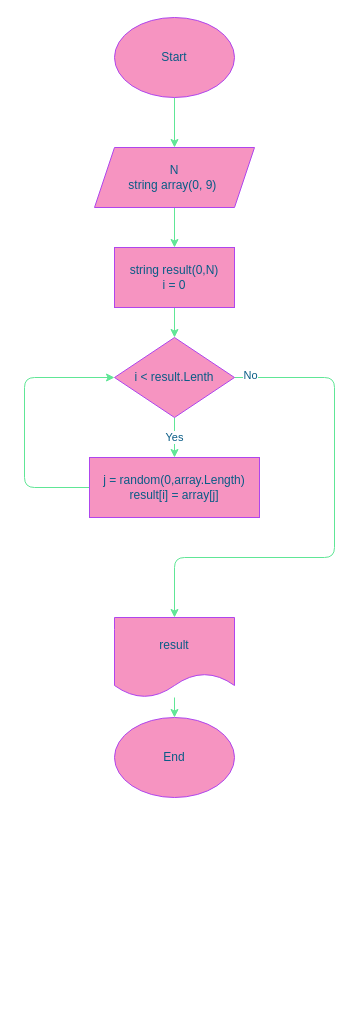
This is page "FillStringArrayAvailableValue methods" (4 of 5) of Block_diagram.drawio from RumyancevaOlga/Final_verification_test, a draw.io file, before an edit. Source tidied: cells renumbered, new cells numbered last; positions are measured from the earlier drawing's top-left corner, leaving out a move shared by most shapes. Both pictures are drawn from the tidied source at 100%, with x=0, y=0 at pixel (24, 17).
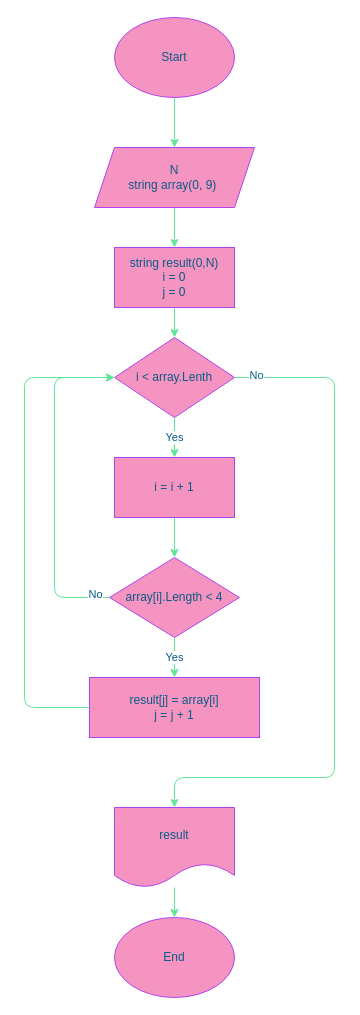
The same page after the edit.

Change to the diagram source:
```diff
@@
-    <mxCell id="7" value="string result(0,N)&lt;br&gt;i = 0" style="rounded=0;whiteSpace=wrap;html=1;fillColor=#F694C1;strokeColor=#AF45ED;fontColor=#095C86;" parent="1" vertex="1">
+    <mxCell id="7" value="string result(0,N)&lt;br&gt;i = 0&lt;br&gt;j = 0" style="rounded=0;whiteSpace=wrap;html=1;fillColor=#F694C1;strokeColor=#AF45ED;fontColor=#095C86;" parent="1" vertex="1">
       <mxGeometry x="90" y="230" width="120" height="60" as="geometry" />
     </mxCell>
-    <mxCell id="8" value="Yes" style="edgeStyle=none;html=1;strokeColor=#60E696;fontColor=#095C86;" parent="1" edge="1" source="11" target="13">
-      <mxGeometry relative="1" as="geometry" />
+    <mxCell id="8" value="Yes" style="edgeStyle=none;html=1;strokeColor=#60E696;fontColor=#095C86;" parent="1" edge="1" source="11">
+      <mxGeometry relative="1" as="geometry">
+        <mxPoint x="150" y="440" as="targetPoint" />
+      </mxGeometry>
     </mxCell>
-    <mxCell id="9" style="edgeStyle=none;html=1;exitX=1;exitY=0.5;exitDx=0;exitDy=0;strokeColor=#60E696;fontColor=#095C86;" parent="1" edge="1" source="11">
+    <mxCell id="9" style="edgeStyle=none;html=1;exitX=1;exitY=0.5;exitDx=0;exitDy=0;strokeColor=#60E696;fontColor=#095C86;entryX=0.5;entryY=0;entryDx=0;entryDy=0;" parent="1" edge="1" source="11" target="16">
       <mxGeometry relative="1" as="geometry">
-        <mxPoint x="150" y="600" as="targetPoint" />
         <Array as="points">
           <mxPoint x="310" y="360" />
           <mxPoint x="310" y="540" />
-          <mxPoint x="150" y="540" />
+          <mxPoint x="310" y="760" />
+          <mxPoint x="150" y="760" />
         </Array>
       </mxGeometry>
     </mxCell>
@@
-    <mxCell id="11" value="i &amp;lt; result.Lenth" style="rhombus;whiteSpace=wrap;html=1;fillColor=#F694C1;strokeColor=#AF45ED;fontColor=#095C86;" parent="1" vertex="1">
+    <mxCell id="11" value="i &amp;lt; array.Lenth" style="rhombus;whiteSpace=wrap;html=1;fillColor=#F694C1;strokeColor=#AF45ED;fontColor=#095C86;" parent="1" vertex="1">
       <mxGeometry x="90" y="320" width="120" height="80" as="geometry" />
     </mxCell>
     <mxCell id="12" style="edgeStyle=none;html=1;exitX=0;exitY=0.5;exitDx=0;exitDy=0;entryX=0;entryY=0.5;entryDx=0;entryDy=0;strokeColor=#60E696;fontColor=#095C86;" parent="1" edge="1" source="13" target="11">
       <mxGeometry relative="1" as="geometry">
         <Array as="points">
+          <mxPoint y="690" />
           <mxPoint y="470" />
           <mxPoint y="360" />
         </Array>
       </mxGeometry>
     </mxCell>
-    <mxCell id="13" value="j = random(0,array.Length)&lt;br&gt;result[i] = array[j]" style="rounded=0;whiteSpace=wrap;html=1;fillColor=#F694C1;strokeColor=#AF45ED;fontColor=#095C86;" parent="1" vertex="1">
-      <mxGeometry x="65" y="440" width="170" height="60" as="geometry" />
+    <mxCell id="13" value="result[j] = array[i]&lt;br&gt;j = j + 1" style="rounded=0;whiteSpace=wrap;html=1;fillColor=#F694C1;strokeColor=#AF45ED;fontColor=#095C86;" parent="1" vertex="1">
+      <mxGeometry x="65" y="660" width="170" height="60" as="geometry" />
     </mxCell>
     <mxCell id="14" value="End" style="ellipse;whiteSpace=wrap;html=1;fillColor=#F694C1;strokeColor=#AF45ED;fontColor=#095C86;" parent="1" vertex="1">
-      <mxGeometry x="90" y="700" width="120" height="80" as="geometry" />
+      <mxGeometry x="90" y="900" width="120" height="80" as="geometry" />
     </mxCell>
@@
     <mxCell id="16" value="result" style="shape=document;whiteSpace=wrap;html=1;boundedLbl=1;fillColor=#F694C1;strokeColor=#AF45ED;fontColor=#095C86;" parent="1" vertex="1">
-      <mxGeometry x="90" y="600" width="120" height="80" as="geometry" />
+      <mxGeometry x="90" y="790" width="120" height="80" as="geometry" />
     </mxCell>
+    <mxCell id="17" value="Yes" style="edgeStyle=none;html=1;fontColor=#095C86;strokeColor=#60E696;" parent="1" edge="1" source="20" target="13">
+      <mxGeometry relative="1" as="geometry" />
+    </mxCell>
+    <mxCell id="18" style="edgeStyle=none;html=1;fontColor=#095C86;exitX=0;exitY=0.5;exitDx=0;exitDy=0;strokeColor=#60E696;" parent="1" edge="1" source="20">
+      <mxGeometry relative="1" as="geometry">
+        <mxPoint x="90" y="360" as="targetPoint" />
+        <Array as="points">
+          <mxPoint x="30" y="580" />
+          <mxPoint x="30" y="360" />
+        </Array>
+      </mxGeometry>
+    </mxCell>
+    <mxCell id="19" value="No" style="edgeLabel;html=1;align=center;verticalAlign=middle;fontColor=#095C86;" parent="18" vertex="1">
+      <mxGeometry x="-0.91" y="-4" relative="1" as="geometry" />
+    </mxCell>
+    <mxCell id="20" value="array[i].Length &amp;lt; 4" style="rhombus;whiteSpace=wrap;html=1;fillColor=#F694C1;strokeColor=#AF45ED;fontColor=#095C86;" parent="1" vertex="1">
+      <mxGeometry x="85" y="540" width="130" height="80" as="geometry" />
+    </mxCell>
+    <mxCell id="21" style="edgeStyle=none;html=1;fontColor=#095C86;strokeColor=#60E696;" parent="1" edge="1" source="22" target="20">
+      <mxGeometry relative="1" as="geometry" />
+    </mxCell>
+    <mxCell id="22" value="i = i + 1" style="rounded=0;whiteSpace=wrap;html=1;fillColor=#F694C1;strokeColor=#AF45ED;fontColor=#095C86;" parent="1" vertex="1">
+      <mxGeometry x="90" y="440" width="120" height="60" as="geometry" />
+    </mxCell>
```
